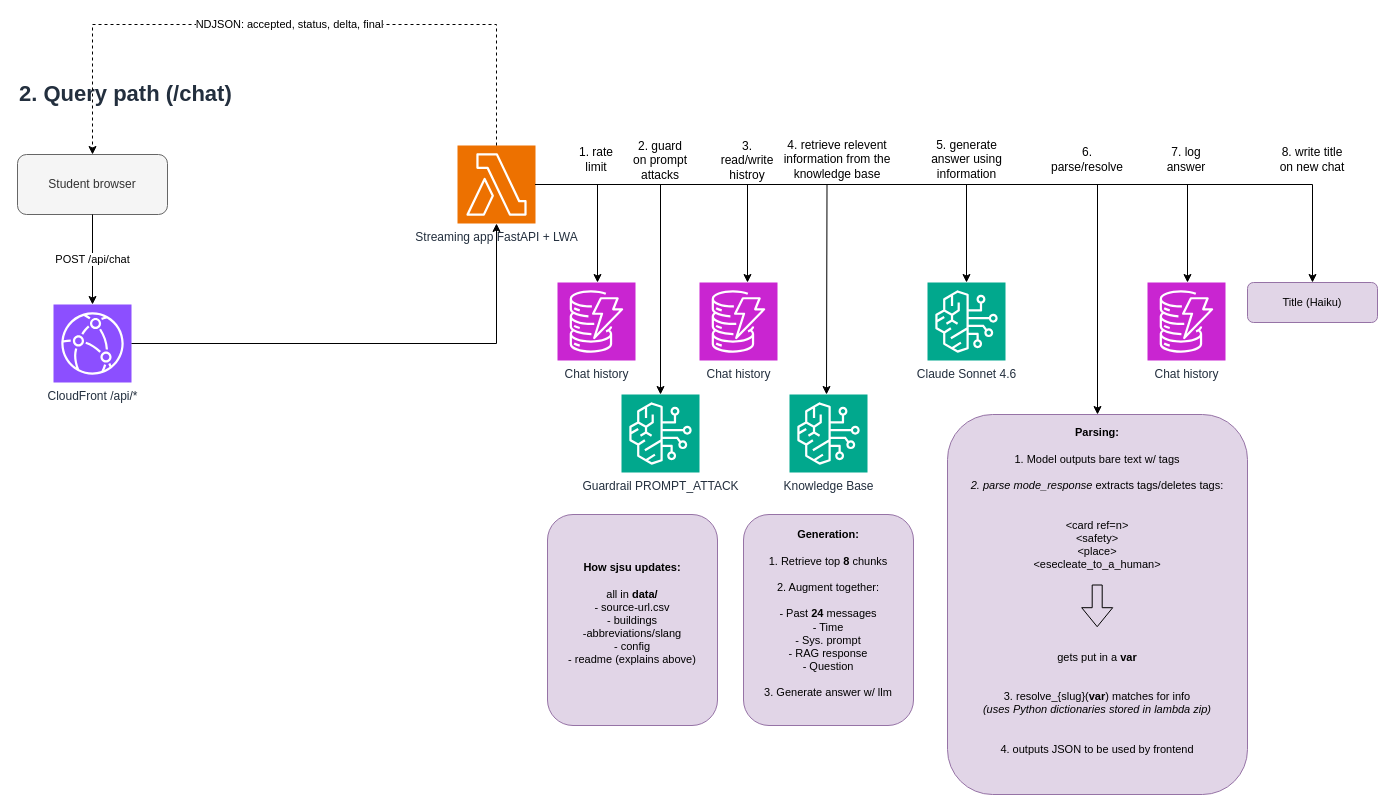
Earlier version of the draw.io diagram page "2. Query path" (2 of 2) of docs/architecture.drawio (cal-poly-dxhub/sjsu-success-navigator). Source tidied: cells renumbered, new cells numbered last; positions are measured from the earlier drawing's top-left corner, leaving out a move shared by most shapes. Both pictures are drawn from the tidied source at 100%, with x=0, y=0 at pixel (17, 24).
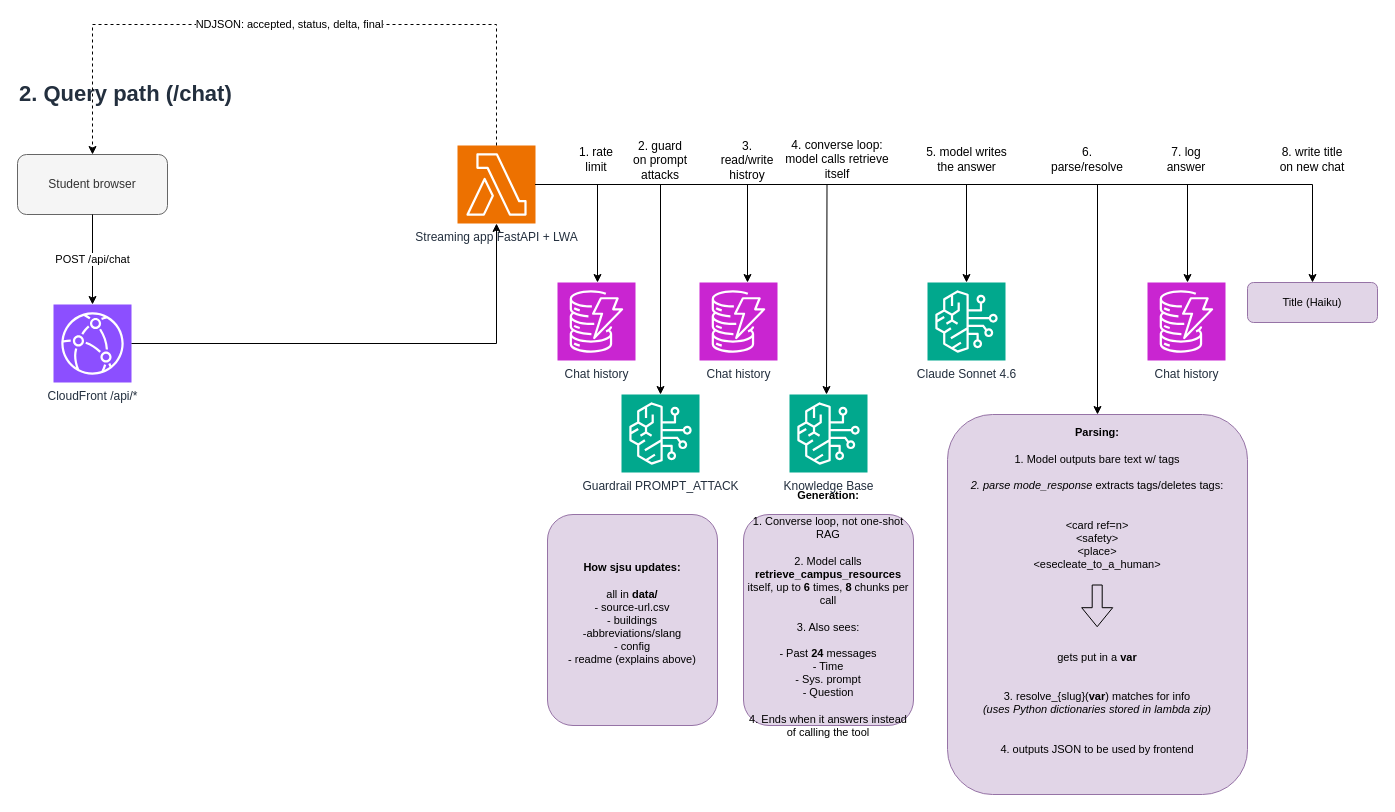
Above is the later version.

Commit message (it also covers changes not shown here):
docs(diagram): show the converse loop, not one-shot rag

Change to the diagram source:
```diff
@@
-    <mxCell id="20" value="4. retrieve relevent information from the knowledge base" style="text;html=1;whiteSpace=wrap;strokeColor=none;fillColor=none;align=center;verticalAlign=middle;rounded=0;" parent="1" vertex="1">
+    <mxCell id="20" value="4. converse loop: model calls retrieve itself" style="text;html=1;whiteSpace=wrap;strokeColor=none;fillColor=none;align=center;verticalAlign=middle;rounded=0;" parent="1" vertex="1">
       <mxGeometry x="760" y="120" width="120" height="30" as="geometry" />
     </mxCell>
-    <mxCell id="21" value="5. generate answer using information" style="text;html=1;whiteSpace=wrap;strokeColor=none;fillColor=none;align=center;verticalAlign=middle;rounded=0;" parent="1" vertex="1">
+    <mxCell id="21" value="5. model writes the answer" style="text;html=1;whiteSpace=wrap;strokeColor=none;fillColor=none;align=center;verticalAlign=middle;rounded=0;" parent="1" vertex="1">
       <mxGeometry x="904.5" y="120" width="89" height="30" as="geometry" />
     </mxCell>
@@
-    <mxCell id="31" value="&lt;div&gt;&lt;b&gt;Generation:&lt;/b&gt;&lt;/div&gt;&lt;div&gt;&lt;b&gt;&lt;br&gt;&lt;/b&gt;&lt;/div&gt;&lt;div&gt;1. Retrieve top &lt;b&gt;8&lt;/b&gt; chunks&lt;/div&gt;&lt;div&gt;&lt;br&gt;&lt;/div&gt;&lt;div&gt;2. Augment together:&lt;/div&gt;&lt;div&gt;&lt;br&gt;&lt;/div&gt;&lt;div&gt;- Past &lt;b&gt;24&lt;/b&gt; messages&lt;/div&gt;&lt;div&gt;- Time&lt;/div&gt;&lt;div&gt;- Sys. prompt&lt;/div&gt;&lt;div&gt;- RAG response&lt;/div&gt;&lt;div&gt;- Question&lt;/div&gt;&lt;div&gt;&lt;br&gt;&lt;/div&gt;&lt;div&gt;3. Generate answer w/ llm&lt;/div&gt;&lt;div&gt;&lt;br&gt;&lt;/div&gt;" style="rounded=1;whiteSpace=wrap;html=1;fillColor=#e1d5e7;strokeColor=#9673a6;fontSize=11;" parent="1" vertex="1">
+    <mxCell id="31" value="&lt;div&gt;&lt;b&gt;Generation:&lt;/b&gt;&lt;/div&gt;&lt;div&gt;&lt;b&gt;&lt;br&gt;&lt;/b&gt;&lt;/div&gt;&lt;div&gt;1. Converse loop, not one-shot RAG&lt;/div&gt;&lt;div&gt;&lt;br&gt;&lt;/div&gt;&lt;div&gt;2. Model calls &lt;b&gt;retrieve_campus_resources&lt;/b&gt; itself, up to &lt;b&gt;6&lt;/b&gt; times, &lt;b&gt;8&lt;/b&gt; chunks per call&lt;/div&gt;&lt;div&gt;&lt;br&gt;&lt;/div&gt;&lt;div&gt;3. Also sees:&lt;/div&gt;&lt;div&gt;&lt;br&gt;&lt;/div&gt;&lt;div&gt;- Past &lt;b&gt;24&lt;/b&gt; messages&lt;/div&gt;&lt;div&gt;- Time&lt;/div&gt;&lt;div&gt;- Sys. prompt&lt;/div&gt;&lt;div&gt;- Question&lt;/div&gt;&lt;div&gt;&lt;br&gt;&lt;/div&gt;&lt;div&gt;4. Ends when it answers instead of calling the tool&lt;/div&gt;&lt;div&gt;&lt;br&gt;&lt;/div&gt;" style="rounded=1;whiteSpace=wrap;html=1;fillColor=#e1d5e7;strokeColor=#9673a6;fontSize=11;" parent="1" vertex="1">
       <mxGeometry x="726" y="490" width="170" height="211" as="geometry" />
     </mxCell>
```
